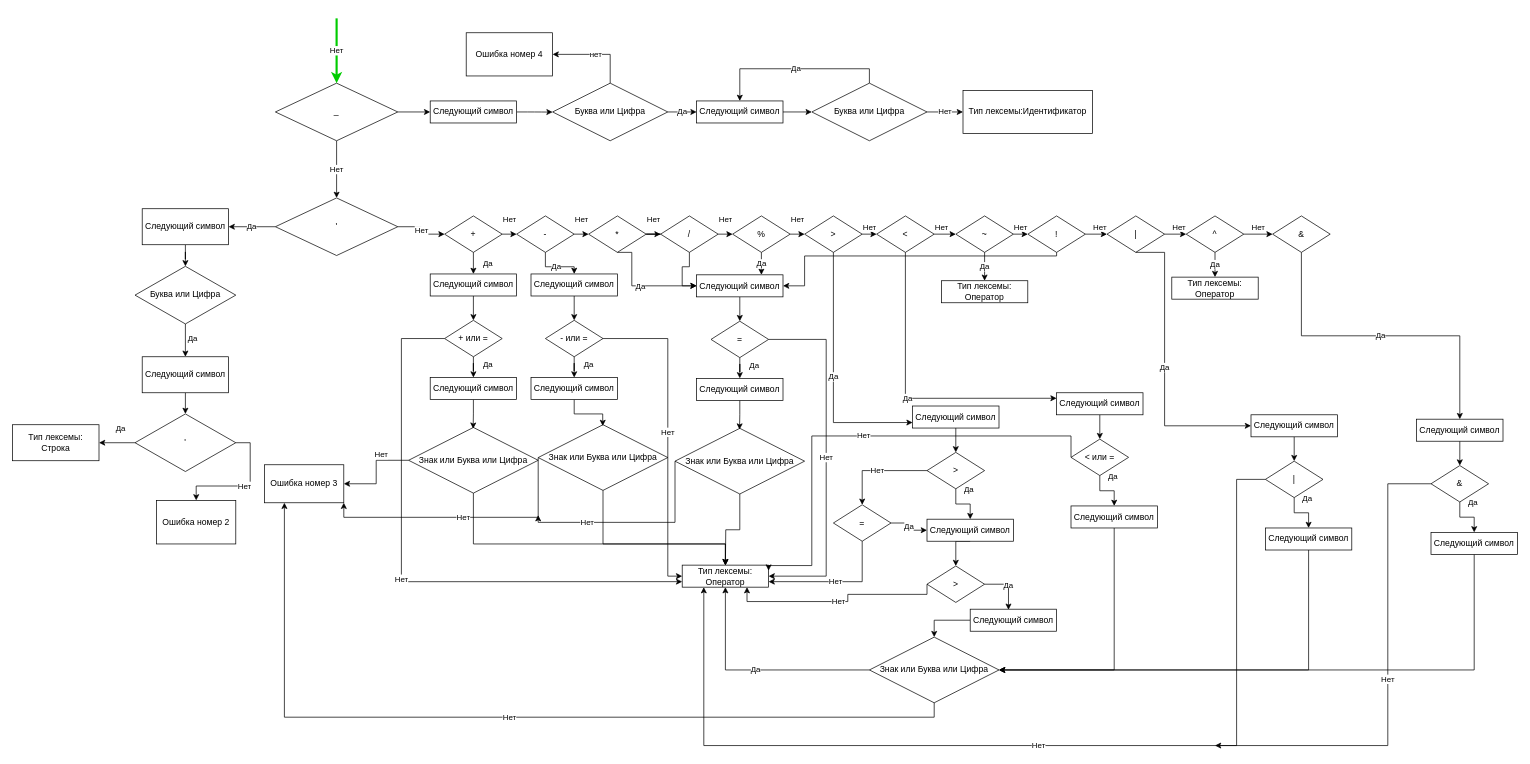
This is finally_automat2.drawio from DieNice/CourseTranslator, a draw.io file, before an edit. Source tidied: cells renumbered, new cells numbered last; positions are measured from the earlier drawing's top-left corner, leaving out a move shared by most shapes. Both pictures are drawn from the tidied source at 72%, with x=0, y=0 at pixel (12, 18).
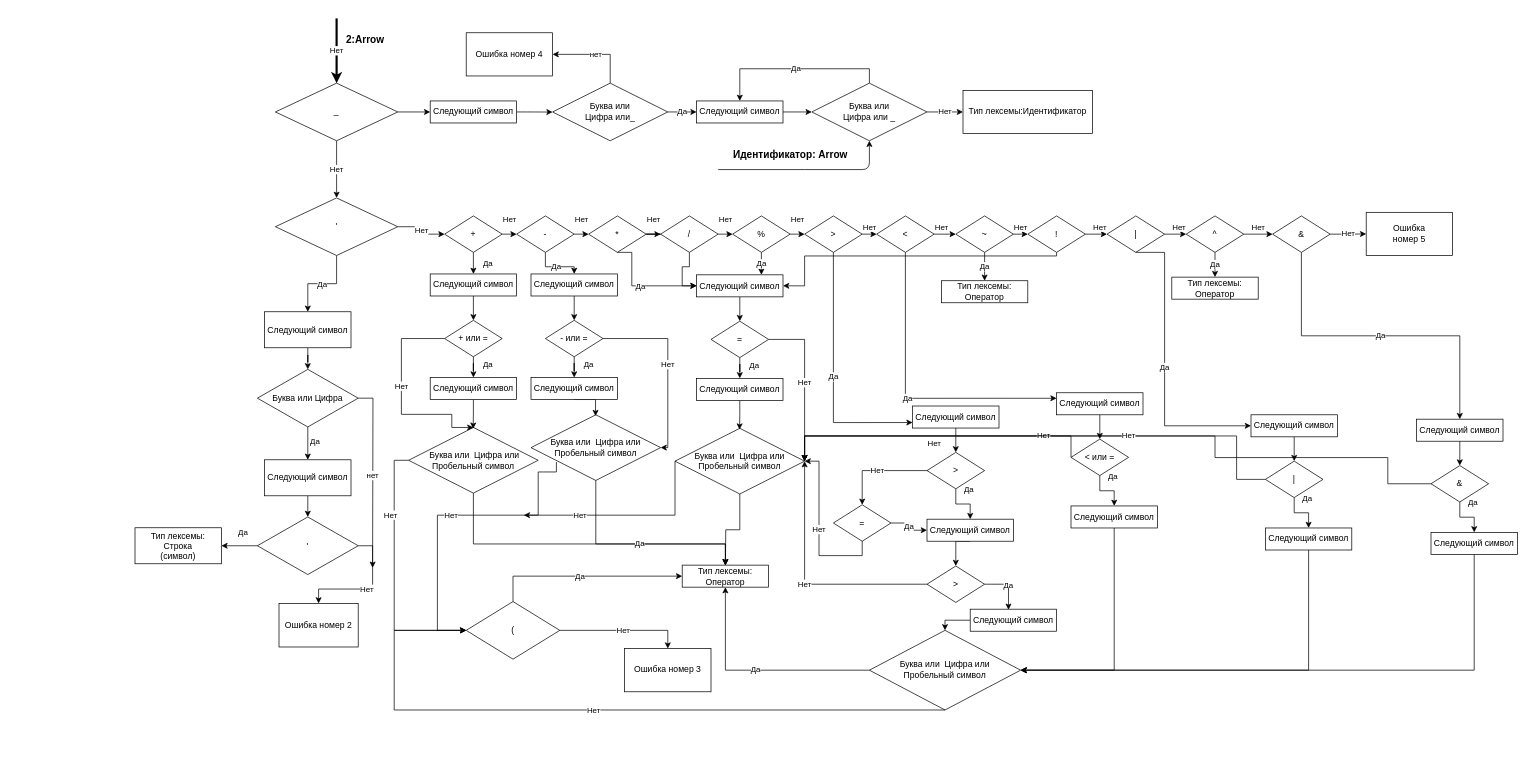
After the change.

The change refers to these unchanged cells:
```xml
<mxCell id="5" value="'" style="rhombus;whiteSpace=wrap;html=1;" parent="1" vertex="1">
  <mxGeometry x="365" y="249.4" width="170" height="80" as="geometry" />
</mxCell>
<mxCell id="19" value="+" style="rhombus;whiteSpace=wrap;html=1;strokeColor=#000000;strokeWidth=1;fillColor=none;" parent="1" vertex="1">
  <mxGeometry x="600" y="274.4" width="80" height="50.6" as="geometry" />
</mxCell>
<mxCell id="53" value="&amp;amp;" style="rhombus;whiteSpace=wrap;html=1;strokeColor=#000000;strokeWidth=1;fillColor=none;" parent="1" vertex="1">
  <mxGeometry x="1750" y="274.4" width="80" height="50.6" as="geometry" />
</mxCell>
<mxCell id="58" value="+ или =" style="rhombus;whiteSpace=wrap;html=1;strokeColor=#000000;strokeWidth=1;fillColor=none;" parent="1" vertex="1">
  <mxGeometry x="600" y="419.4" width="80" height="50.6" as="geometry" />
</mxCell>
<mxCell id="59" value="Тип лексемы:&lt;br&gt;Оператор" style="rounded=0;whiteSpace=wrap;html=1;strokeColor=#000000;strokeWidth=1;fillColor=none;" parent="1" vertex="1">
  <mxGeometry x="930" y="759.4" width="120" height="30.6" as="geometry" />
</mxCell>
<mxCell id="70" value="- или =" style="rhombus;whiteSpace=wrap;html=1;strokeColor=#000000;strokeWidth=1;fillColor=none;" parent="1" vertex="1">
  <mxGeometry x="740" y="419.4" width="80" height="50.6" as="geometry" />
</mxCell>
<mxCell id="80" value="=" style="rhombus;whiteSpace=wrap;html=1;strokeColor=#000000;strokeWidth=1;fillColor=none;" parent="1" vertex="1">
  <mxGeometry x="970" y="420.6" width="80" height="50.6" as="geometry" />
</mxCell>
<mxCell id="99" value="=" style="rhombus;whiteSpace=wrap;html=1;strokeColor=#000000;strokeWidth=1;fillColor=none;" parent="1" vertex="1">
  <mxGeometry x="1140" y="675.6" width="80" height="50.6" as="geometry" />
</mxCell>
<mxCell id="102" value="&amp;gt;" style="rhombus;whiteSpace=wrap;html=1;strokeColor=#000000;strokeWidth=1;fillColor=none;" parent="1" vertex="1">
  <mxGeometry x="1270" y="760.6" width="80" height="50.6" as="geometry" />
</mxCell>
<mxCell id="109" value="&amp;lt; или =" style="rhombus;whiteSpace=wrap;html=1;strokeColor=#000000;strokeWidth=1;fillColor=none;" parent="1" vertex="1">
  <mxGeometry x="1470" y="584.4" width="80" height="50.6" as="geometry" />
</mxCell>
<mxCell id="116" value="|" style="rhombus;whiteSpace=wrap;html=1;strokeColor=#000000;strokeWidth=1;fillColor=none;" parent="1" vertex="1">
  <mxGeometry x="1740" y="615" width="80" height="50.6" as="geometry" />
</mxCell>
<mxCell id="118" value="Следующий символ" style="rounded=0;whiteSpace=wrap;html=1;" parent="1" vertex="1">
  <mxGeometry x="1740" y="707.8" width="120" height="30.6" as="geometry" />
</mxCell>
<mxCell id="123" value="&amp;amp;" style="rhombus;whiteSpace=wrap;html=1;strokeColor=#000000;strokeWidth=1;fillColor=none;" parent="1" vertex="1">
  <mxGeometry x="1970" y="621.1" width="80" height="50.6" as="geometry" />
</mxCell>
<mxCell id="127" value="_" style="rhombus;whiteSpace=wrap;html=1;" parent="1" vertex="1">
  <mxGeometry x="365" y="90" width="170" height="80" as="geometry" />
</mxCell>
```

What changed in the source:
```diff
@@
+    <mxCell id="4" value="Нет" style="edgeStyle=orthogonalEdgeStyle;rounded=0;jettySize=auto;html=1;exitX=1;exitY=0.5;exitDx=0;exitDy=0;strokeColor=#000000;strokeWidth=1;entryX=0;entryY=0.5;entryDx=0;entryDy=0;" parent="1" edge="1" source="5" target="19">
+      <mxGeometry relative="1" as="geometry" />
+    </mxCell>
-    <mxCell id="3" value="Да" style="edgeStyle=orthogonalEdgeStyle;rounded=0;jettySize=auto;html=1;exitX=0;exitY=0.5;exitDx=0;exitDy=0;entryX=1;entryY=0.5;entryDx=0;entryDy=0;" parent="1" edge="1" source="5" target="7">
+    <mxCell id="3" value="Да" style="edgeStyle=orthogonalEdgeStyle;rounded=0;jettySize=auto;html=1;exitX=0.5;exitY=1;exitDx=0;exitDy=0;" parent="1" edge="1" source="5" target="7">
       <mxGeometry relative="1" as="geometry" />
     </mxCell>
-    <mxCell id="4" value="Нет" style="edgeStyle=orthogonalEdgeStyle;rounded=0;jettySize=auto;html=1;exitX=1;exitY=0.5;exitDx=0;exitDy=0;strokeColor=#000000;strokeWidth=1;entryX=0;entryY=0.5;entryDx=0;entryDy=0;" parent="1" edge="1" source="5" target="19">
-      <mxGeometry relative="1" as="geometry" />
-    </mxCell>
@@
     <mxCell id="7" value="Следующий символ" style="rounded=0;whiteSpace=wrap;html=1;" parent="1" vertex="1">
-      <mxGeometry x="180" y="264.4" width="120" height="50" as="geometry" />
+      <mxGeometry x="350" y="407.5" width="120" height="50" as="geometry" />
     </mxCell>
@@
+    <mxCell id="142" value="нет" style="edgeStyle=orthogonalEdgeStyle;rounded=0;jettySize=auto;html=1;exitX=1;exitY=0.5;exitDx=0;exitDy=0;strokeColor=#000000;" parent="1" edge="1" source="9">
+      <mxGeometry relative="1" as="geometry">
+        <mxPoint x="500" y="763.1" as="targetPoint" />
+      </mxGeometry>
+    </mxCell>
     <mxCell id="9" value="Буква или Цифра" style="rhombus;whiteSpace=wrap;html=1;" parent="1" vertex="1">
-      <mxGeometry x="170" y="344.4" width="140" height="80" as="geometry" />
+      <mxGeometry x="340" y="487.5" width="140" height="80" as="geometry" />
     </mxCell>
@@
     <mxCell id="11" value="Следующий символ" style="rounded=0;whiteSpace=wrap;html=1;" parent="1" vertex="1">
-      <mxGeometry x="180" y="470" width="120" height="50" as="geometry" />
+      <mxGeometry x="350" y="613.1" width="120" height="50" as="geometry" />
     </mxCell>
@@
     <mxCell id="14" value="'" style="rhombus;whiteSpace=wrap;html=1;" parent="1" vertex="1">
-      <mxGeometry x="170" y="549.4" width="140" height="80" as="geometry" />
+      <mxGeometry x="340" y="692.5" width="140" height="80" as="geometry" />
     </mxCell>
-    <mxCell id="15" value="Тип лексемы:&lt;br&gt;Строка" style="rounded=0;whiteSpace=wrap;html=1;" parent="1" vertex="1">
-      <mxGeometry y="564.4" width="120" height="50" as="geometry" />
+    <mxCell id="15" value="Тип лексемы:&lt;br&gt;Строка&lt;br&gt;(символ)" style="rounded=0;whiteSpace=wrap;html=1;" parent="1" vertex="1">
+      <mxGeometry x="170" y="707.5" width="120" height="50" as="geometry" />
     </mxCell>
-    <mxCell id="16" value="Ошибка номер 3" style="rounded=0;whiteSpace=wrap;html=1;" parent="1" vertex="1">
-      <mxGeometry x="350" y="620" width="110" height="52.8" as="geometry" />
-    </mxCell>
@@
+    <mxCell id="143" value="Нет" style="edgeStyle=orthogonalEdgeStyle;rounded=0;jettySize=auto;html=1;exitX=1;exitY=0.5;exitDx=0;exitDy=0;strokeColor=#000000;entryX=0;entryY=0.5;entryDx=0;entryDy=0;" parent="1" edge="1" source="53" target="146">
+      <mxGeometry relative="1" as="geometry" />
+    </mxCell>
@@
-    <mxCell id="57" value="Нет" style="edgeStyle=orthogonalEdgeStyle;rounded=0;jettySize=auto;html=1;exitX=0;exitY=0.5;exitDx=0;exitDy=0;entryX=0;entryY=0.75;entryDx=0;entryDy=0;strokeColor=#000000;strokeWidth=1;" parent="1" edge="1" source="58" target="59">
-      <mxGeometry relative="1" as="geometry">
+    <mxCell id="57" value="Нет" style="edgeStyle=orthogonalEdgeStyle;rounded=0;jettySize=auto;html=1;exitX=0;exitY=0.5;exitDx=0;exitDy=0;strokeColor=#000000;strokeWidth=1;entryX=0.5;entryY=0;entryDx=0;entryDy=0;" parent="1" edge="1" source="58" target="65">
+      <mxGeometry x="-0.11" relative="1" as="geometry">
         <Array as="points">
           <mxPoint x="540" y="445" />
-          <mxPoint x="540" y="782" />
+          <mxPoint x="540" y="550" />
+          <mxPoint x="610" y="550" />
+          <mxPoint x="610" y="568" />
         </Array>
       </mxGeometry>
     </mxCell>
@@
-    <mxCell id="62" style="edgeStyle=orthogonalEdgeStyle;rounded=0;jettySize=auto;html=1;exitX=0;exitY=0.5;exitDx=0;exitDy=0;entryX=1;entryY=0.5;entryDx=0;entryDy=0;strokeColor=#000000;strokeWidth=1;" parent="1" edge="1" source="65" target="16">
+    <mxCell id="62" style="edgeStyle=orthogonalEdgeStyle;rounded=0;jettySize=auto;html=1;exitX=0;exitY=0.5;exitDx=0;exitDy=0;entryX=0;entryY=0.5;entryDx=0;entryDy=0;strokeColor=#000000;strokeWidth=1;" parent="1" edge="1" source="65" target="149">
       <mxGeometry relative="1" as="geometry" />
     </mxCell>
@@
-    <mxCell id="65" value="Знак или Буква или Цифра" style="rhombus;whiteSpace=wrap;html=1;strokeColor=#000000;strokeWidth=1;fillColor=none;" parent="1" vertex="1">
+    <mxCell id="65" value="&amp;nbsp;Буква или&amp;nbsp; Цифра или&lt;br&gt;Пробельный символ" style="rhombus;whiteSpace=wrap;html=1;strokeColor=#000000;strokeWidth=1;fillColor=none;" parent="1" vertex="1">
       <mxGeometry x="550" y="568.2" width="180" height="91.2" as="geometry" />
     </mxCell>
@@
-    <mxCell id="69" value="Нет" style="edgeStyle=orthogonalEdgeStyle;rounded=0;jettySize=auto;html=1;exitX=1;exitY=0.5;exitDx=0;exitDy=0;entryX=0;entryY=0.5;entryDx=0;entryDy=0;strokeColor=#000000;strokeWidth=1;" parent="1" edge="1" source="70" target="59">
+    <mxCell id="69" value="Нет" style="edgeStyle=orthogonalEdgeStyle;rounded=0;jettySize=auto;html=1;exitX=1;exitY=0.5;exitDx=0;exitDy=0;entryX=1;entryY=0.5;entryDx=0;entryDy=0;strokeColor=#000000;strokeWidth=1;" parent="1" edge="1" source="70" target="75">
       <mxGeometry relative="1" as="geometry">
         <Array as="points">
           <mxPoint x="910" y="445" />
-          <mxPoint x="910" y="775" />
         </Array>
       </mxGeometry>
     </mxCell>
@@
-    <mxCell id="73" value="Нет" style="edgeStyle=orthogonalEdgeStyle;rounded=0;jettySize=auto;html=1;exitX=0;exitY=0.5;exitDx=0;exitDy=0;entryX=1;entryY=1;entryDx=0;entryDy=0;strokeColor=#000000;strokeWidth=1;" parent="1" edge="1" source="75" target="16">
+    <mxCell id="73" value="Нет" style="edgeStyle=orthogonalEdgeStyle;rounded=0;jettySize=auto;html=1;exitX=0.196;exitY=0.719;exitDx=0;exitDy=0;entryX=0;entryY=0.5;entryDx=0;entryDy=0;strokeColor=#000000;strokeWidth=1;exitPerimeter=0;" parent="1" edge="1" source="75" target="149">
       <mxGeometry relative="1" as="geometry">
         <Array as="points">
-          <mxPoint x="730" y="693" />
-          <mxPoint x="460" y="693" />
+          <mxPoint x="730" y="630" />
+          <mxPoint x="730" y="690" />
+          <mxPoint x="590" y="690" />
+          <mxPoint x="590" y="850" />
         </Array>
       </mxGeometry>
     </mxCell>
-    <mxCell id="74" style="edgeStyle=orthogonalEdgeStyle;rounded=0;jettySize=auto;html=1;exitX=0.5;exitY=1;exitDx=0;exitDy=0;entryX=0.5;entryY=0;entryDx=0;entryDy=0;strokeColor=#000000;strokeWidth=1;" parent="1" edge="1" source="75" target="59">
+    <mxCell id="74" value="Да" style="edgeStyle=orthogonalEdgeStyle;rounded=0;jettySize=auto;html=1;exitX=0.5;exitY=1;exitDx=0;exitDy=0;entryX=0.5;entryY=0;entryDx=0;entryDy=0;strokeColor=#000000;strokeWidth=1;" parent="1" edge="1" source="75" target="59">
       <mxGeometry relative="1" as="geometry">
         <Array as="points">
-          <mxPoint x="820" y="730" />
+          <mxPoint x="810" y="730" />
           <mxPoint x="990" y="730" />
         </Array>
       </mxGeometry>
     </mxCell>
-    <mxCell id="75" value="Знак или Буква или Цифра" style="rhombus;whiteSpace=wrap;html=1;strokeColor=#000000;strokeWidth=1;fillColor=none;" parent="1" vertex="1">
-      <mxGeometry x="730" y="564.4" width="180" height="91.2" as="geometry" />
+    <mxCell id="75" value="Буква или&amp;nbsp;&amp;nbsp;Цифра или&lt;br&gt;Пробельный символ" style="rhombus;whiteSpace=wrap;html=1;strokeColor=#000000;strokeWidth=1;fillColor=none;" parent="1" vertex="1">
+      <mxGeometry x="720" y="550.6" width="180" height="91.2" as="geometry" />
     </mxCell>
@@
-    <mxCell id="79" value="Нет" style="edgeStyle=orthogonalEdgeStyle;rounded=0;jettySize=auto;html=1;exitX=1;exitY=0.5;exitDx=0;exitDy=0;entryX=1;entryY=0.5;entryDx=0;entryDy=0;strokeColor=#000000;strokeWidth=1;" parent="1" edge="1" source="80" target="59">
+    <mxCell id="79" value="Нет" style="edgeStyle=orthogonalEdgeStyle;rounded=0;jettySize=auto;html=1;exitX=1;exitY=0.5;exitDx=0;exitDy=0;entryX=1;entryY=0.5;entryDx=0;entryDy=0;strokeColor=#000000;strokeWidth=1;" parent="1" edge="1" source="80" target="86">
       <mxGeometry relative="1" as="geometry">
         <Array as="points">
-          <mxPoint x="1130" y="446" />
-          <mxPoint x="1130" y="775" />
+          <mxPoint x="1100" y="446" />
         </Array>
       </mxGeometry>
     </mxCell>
@@
     <mxCell id="83" style="edgeStyle=orthogonalEdgeStyle;rounded=0;jettySize=auto;html=1;exitX=0;exitY=0.5;exitDx=0;exitDy=0;strokeColor=#000000;strokeWidth=1;" parent="1" edge="1" source="86">
       <mxGeometry relative="1" as="geometry">
-        <mxPoint x="730" y="690" as="targetPoint" />
+        <mxPoint x="710" y="690" as="targetPoint" />
         <Array as="points">
-          <mxPoint x="920" y="700" />
+          <mxPoint x="920" y="690" />
         </Array>
       </mxGeometry>
     </mxCell>
@@
-    <mxCell id="86" value="Знак или Буква или Цифра" style="rhombus;whiteSpace=wrap;html=1;strokeColor=#000000;strokeWidth=1;fillColor=none;" parent="1" vertex="1">
+    <mxCell id="86" value="Буква или&amp;nbsp;&amp;nbsp;Цифра или&lt;br&gt;Пробельный символ" style="rhombus;whiteSpace=wrap;html=1;strokeColor=#000000;strokeWidth=1;fillColor=none;" parent="1" vertex="1">
       <mxGeometry x="920" y="569.4" width="180" height="91.2" as="geometry" />
     </mxCell>
@@
-    <mxCell id="95" value="Нет" style="edgeStyle=orthogonalEdgeStyle;rounded=0;jettySize=auto;html=1;exitX=0.5;exitY=1;exitDx=0;exitDy=0;entryX=0.25;entryY=1;entryDx=0;entryDy=0;strokeColor=#000000;strokeWidth=1;" parent="1" edge="1" source="96" target="16">
-      <mxGeometry relative="1" as="geometry" />
+    <mxCell id="95" value="Нет" style="edgeStyle=orthogonalEdgeStyle;rounded=0;jettySize=auto;html=1;exitX=0.5;exitY=1;exitDx=0;exitDy=0;entryX=0;entryY=0.5;entryDx=0;entryDy=0;strokeColor=#000000;strokeWidth=1;" parent="1" edge="1" source="96" target="149">
+      <mxGeometry relative="1" as="geometry">
+        <Array as="points">
+          <mxPoint x="530" y="961" />
+          <mxPoint x="530" y="850" />
+        </Array>
+      </mxGeometry>
     </mxCell>
-    <mxCell id="96" value="Знак или Буква или Цифра" style="rhombus;whiteSpace=wrap;html=1;strokeColor=#000000;strokeWidth=1;fillColor=none;" parent="1" vertex="1">
-      <mxGeometry x="1190" y="859.4" width="180" height="91.2" as="geometry" />
+    <mxCell id="96" value="Буква или&amp;nbsp;&amp;nbsp;Цифра или&lt;br&gt;Пробельный символ" style="rhombus;whiteSpace=wrap;html=1;strokeColor=#000000;strokeWidth=1;fillColor=none;" parent="1" vertex="1">
+      <mxGeometry x="1190" y="850" width="210" height="110.6" as="geometry" />
     </mxCell>
@@
-    <mxCell id="98" value="Нет" style="edgeStyle=orthogonalEdgeStyle;rounded=0;jettySize=auto;html=1;exitX=0.5;exitY=1;exitDx=0;exitDy=0;entryX=1;entryY=0.75;entryDx=0;entryDy=0;strokeColor=#000000;strokeWidth=1;" parent="1" edge="1" source="99" target="59">
+    <mxCell id="98" value="Нет" style="edgeStyle=orthogonalEdgeStyle;rounded=0;jettySize=auto;html=1;exitX=0.5;exitY=1;exitDx=0;exitDy=0;entryX=1;entryY=0.5;entryDx=0;entryDy=0;strokeColor=#000000;strokeWidth=1;" parent="1" edge="1" source="99" target="86">
       <mxGeometry relative="1" as="geometry" />
     </mxCell>
@@
-    <mxCell id="101" value="Нет" style="edgeStyle=orthogonalEdgeStyle;rounded=0;jettySize=auto;html=1;exitX=0;exitY=0.5;exitDx=0;exitDy=0;entryX=0.75;entryY=1;entryDx=0;entryDy=0;strokeColor=#000000;strokeWidth=1;" parent="1" edge="1" source="102" target="59">
+    <mxCell id="101" value="Нет" style="edgeStyle=orthogonalEdgeStyle;rounded=0;jettySize=auto;html=1;exitX=0;exitY=0.5;exitDx=0;exitDy=0;entryX=1;entryY=0.5;entryDx=0;entryDy=0;strokeColor=#000000;strokeWidth=1;" parent="1" edge="1" source="102" target="86">
       <mxGeometry relative="1" as="geometry">
         <Array as="points">
-          <mxPoint x="1270" y="800" />
-          <mxPoint x="1160" y="800" />
-          <mxPoint x="1160" y="810" />
-          <mxPoint x="1020" y="810" />
+          <mxPoint x="1100" y="786" />
         </Array>
       </mxGeometry>
     </mxCell>
@@
-    <mxCell id="108" value="Нет" style="edgeStyle=orthogonalEdgeStyle;rounded=0;jettySize=auto;html=1;exitX=0;exitY=0.5;exitDx=0;exitDy=0;entryX=1;entryY=0.25;entryDx=0;entryDy=0;strokeColor=#000000;strokeWidth=1;" parent="1" edge="1" source="109" target="59">
-      <mxGeometry relative="1" as="geometry">
+    <mxCell id="108" value="Нет" style="edgeStyle=orthogonalEdgeStyle;rounded=0;jettySize=auto;html=1;exitX=0;exitY=0.5;exitDx=0;exitDy=0;entryX=1;entryY=0.5;entryDx=0;entryDy=0;strokeColor=#000000;strokeWidth=1;" parent="1" edge="1" source="109" target="86">
+      <mxGeometry x="0.01" y="10" relative="1" as="geometry">
         <Array as="points">
           <mxPoint x="1470" y="580" />
-          <mxPoint x="1110" y="580" />
-          <mxPoint x="1110" y="760" />
-          <mxPoint x="1050" y="760" />
+          <mxPoint x="1100" y="580" />
         </Array>
       </mxGeometry>
     </mxCell>
@@
-    <mxCell id="115" value="Нет" style="edgeStyle=orthogonalEdgeStyle;rounded=0;jettySize=auto;html=1;exitX=0;exitY=0.5;exitDx=0;exitDy=0;strokeColor=#000000;strokeWidth=1;entryX=0.25;entryY=1;entryDx=0;entryDy=0;" parent="1" edge="1" source="116" target="59">
+    <mxCell id="115" value="Нет" style="edgeStyle=orthogonalEdgeStyle;rounded=0;jettySize=auto;html=1;exitX=0;exitY=0.5;exitDx=0;exitDy=0;strokeColor=#000000;strokeWidth=1;entryX=1;entryY=0.5;entryDx=0;entryDy=0;" parent="1" edge="1" source="116" target="86">
       <mxGeometry relative="1" as="geometry">
         <Array as="points">
           <mxPoint x="1700" y="640" />
-          <mxPoint x="1700" y="1010" />
-          <mxPoint x="960" y="1010" />
+          <mxPoint x="1700" y="580" />
+          <mxPoint x="1100" y="580" />
         </Array>
       </mxGeometry>
     </mxCell>
@@
-    <mxCell id="117" style="edgeStyle=orthogonalEdgeStyle;rounded=0;jettySize=auto;html=1;exitX=0.5;exitY=1;exitDx=0;exitDy=0;entryX=1;entryY=0.5;entryDx=0;entryDy=0;strokeColor=#000000;strokeWidth=1;" parent="1" edge="1" source="118" target="96">
+    <mxCell id="117" style="edgeStyle=orthogonalEdgeStyle;rounded=0;jettySize=auto;html=1;exitX=0.5;exitY=1;exitDx=0;exitDy=0;strokeColor=#000000;strokeWidth=1;entryX=1;entryY=0.5;entryDx=0;entryDy=0;" parent="1" edge="1" source="118" target="96">
       <mxGeometry relative="1" as="geometry" />
     </mxCell>
@@
-    <mxCell id="122" value="Нет" style="edgeStyle=orthogonalEdgeStyle;rounded=0;jettySize=auto;html=1;exitX=0;exitY=0.5;exitDx=0;exitDy=0;strokeColor=#000000;strokeWidth=1;" parent="1" edge="1" source="123">
+    <mxCell id="122" value="Нет" style="edgeStyle=orthogonalEdgeStyle;rounded=0;jettySize=auto;html=1;exitX=0;exitY=0.5;exitDx=0;exitDy=0;strokeColor=#000000;strokeWidth=1;entryX=1;entryY=0.5;entryDx=0;entryDy=0;" parent="1" edge="1" source="123" target="86">
       <mxGeometry relative="1" as="geometry">
-        <mxPoint x="1670" y="1010" as="targetPoint" />
         <Array as="points">
           <mxPoint x="1910" y="646" />
-          <mxPoint x="1910" y="1010" />
+          <mxPoint x="1910" y="610" />
+          <mxPoint x="1670" y="610" />
+          <mxPoint x="1670" y="580" />
+          <mxPoint x="1100" y="580" />
         </Array>
       </mxGeometry>
     </mxCell>
@@
-    <mxCell id="128" value="Нет" style="endArrow=classic;html=1;strokeWidth=3;entryX=0.5;entryY=0;entryDx=0;entryDy=0;strokeColor=#00CC00;" parent="1" edge="1" target="127">
+    <mxCell id="128" value="Нет" style="endArrow=classic;html=1;strokeWidth=3;entryX=0.5;entryY=0;entryDx=0;entryDy=0;" parent="1" edge="1" target="127">
       <mxGeometry relative="1" as="geometry">
         <mxPoint x="450" as="sourcePoint" />
       </mxGeometry>
     </mxCell>
@@
-    <mxCell id="133" value="Буква или Цифра" style="rhombus;whiteSpace=wrap;html=1;" parent="1" vertex="1">
+    <mxCell id="133" value="Буква или &lt;br&gt;Цифра или_" style="rhombus;whiteSpace=wrap;html=1;" parent="1" vertex="1">
       <mxGeometry x="750" y="90" width="160" height="80" as="geometry" />
     </mxCell>
@@
     <mxCell id="135" value="Ошибка номер 2" style="rounded=0;whiteSpace=wrap;html=1;" parent="1" vertex="1">
-      <mxGeometry x="200" y="669.5" width="110" height="60.5" as="geometry" />
+      <mxGeometry x="370" y="812.6" width="110" height="60.5" as="geometry" />
     </mxCell>
@@
-    <mxCell id="141" value="Буква или Цифра" style="rhombus;whiteSpace=wrap;html=1;" parent="1" vertex="1">
+    <mxCell id="141" value="Буква или &lt;br&gt;Цифра или _" style="rhombus;whiteSpace=wrap;html=1;" parent="1" vertex="1">
       <mxGeometry x="1110" y="90" width="160" height="80" as="geometry" />
     </mxCell>
+    <mxCell id="144" value="&lt;b&gt;&lt;font style=&quot;font-size: 14px&quot;&gt;2:Arrow&lt;/font&gt;&lt;/b&gt;" style="text;html=1;strokeColor=none;fillColor=none;align=center;verticalAlign=middle;whiteSpace=wrap;rounded=0;" parent="1" vertex="1">
+      <mxGeometry x="470" y="20" width="40" height="20" as="geometry" />
+    </mxCell>
+    <mxCell id="145" value="&lt;font style=&quot;font-size: 14px&quot;&gt;&lt;b&gt;Идентификатор: Arrow&lt;/b&gt;&lt;/font&gt;" style="endArrow=classic;html=1;strokeColor=#000000;entryX=0.5;entryY=1;entryDx=0;entryDy=0;" parent="1" edge="1" target="141">
+      <mxGeometry x="0.04" y="36" relative="1" as="geometry">
+        <mxPoint x="980" y="210" as="sourcePoint" />
+        <Array as="points">
+          <mxPoint x="1110" y="210" />
+          <mxPoint x="1190" y="210" />
+        </Array>
+        <mxPoint x="-30" y="16" as="offset" />
+      </mxGeometry>
+    </mxCell>
+    <mxCell id="146" value="Ошибка&lt;br&gt;номер 5" style="rounded=0;whiteSpace=wrap;html=1;" parent="1" vertex="1">
+      <mxGeometry x="1880" y="269.4" width="120" height="60" as="geometry" />
+    </mxCell>
+    <mxCell id="147" value="Нет" style="edgeStyle=orthogonalEdgeStyle;rounded=0;jettySize=auto;html=1;exitX=1;exitY=0.5;exitDx=0;exitDy=0;entryX=0.5;entryY=0;entryDx=0;entryDy=0;strokeColor=#000000;" parent="1" edge="1" source="149" target="16">
+      <mxGeometry relative="1" as="geometry" />
+    </mxCell>
+    <mxCell id="148" value="Да" style="edgeStyle=orthogonalEdgeStyle;rounded=0;jettySize=auto;html=1;exitX=0.5;exitY=0;exitDx=0;exitDy=0;entryX=0;entryY=0.5;entryDx=0;entryDy=0;strokeColor=#000000;" parent="1" edge="1" source="149" target="59">
+      <mxGeometry x="-0.05" relative="1" as="geometry">
+        <Array as="points">
+          <mxPoint x="695" y="775" />
+        </Array>
+      </mxGeometry>
+    </mxCell>
+    <mxCell id="149" value="(" style="rhombus;whiteSpace=wrap;html=1;" parent="1" vertex="1">
+      <mxGeometry x="630" y="810" width="130" height="80" as="geometry" />
+    </mxCell>
+    <mxCell id="16" value="Ошибка номер 3" style="rounded=0;whiteSpace=wrap;html=1;" parent="1" vertex="1">
+      <mxGeometry x="850" y="875.3" width="120" height="60" as="geometry" />
+    </mxCell>
```
